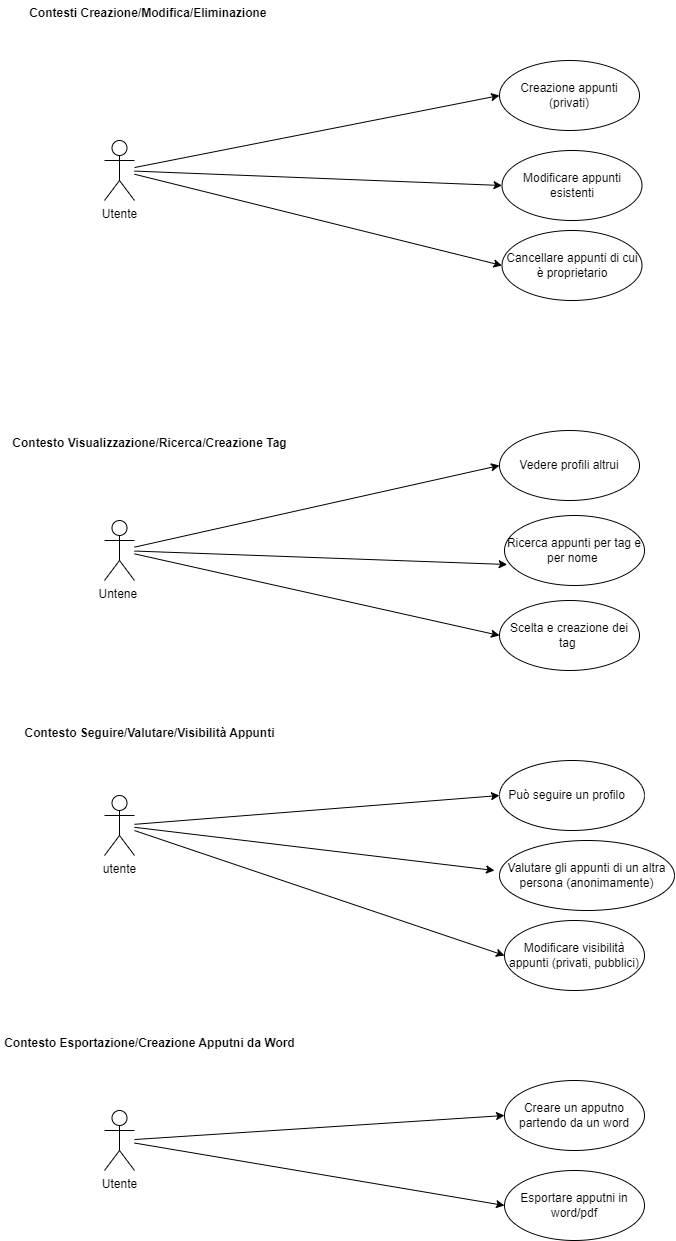
The draw.io diagram assets/schemas/SchemaCasiUso.drawio.png in AngeloRipamonti/5C_RipamontiAvvedutoKotisCinquetti_PortaleAppunti, before a commit. Source tidied: cells renumbered, new cells last; positions are measured from the earlier drawing's top-left corner, leaving out a move shared by most shapes.
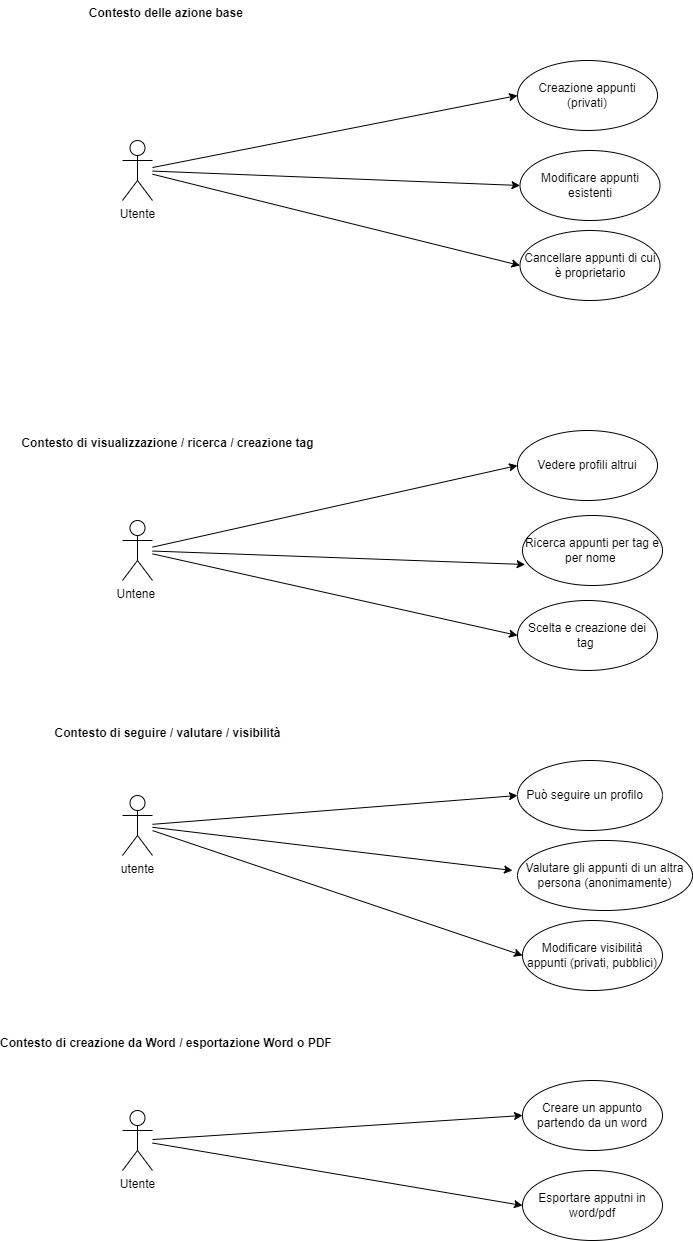
The same file after the commit.

Commit message:
inizial information architecture

Diff of the diagram source:
```diff
@@ -38,7 +38,7 @@
     <mxCell id="13" value="Vedere profili altrui" style="ellipse;whiteSpace=wrap;html=1;" parent="1" vertex="1">
       <mxGeometry x="500" y="430" width="140" height="70" as="geometry" />
     </mxCell>
-    <mxCell id="14" value="Creare un apputno partendo da un word" style="ellipse;whiteSpace=wrap;html=1;" parent="1" vertex="1">
+    <mxCell id="14" value="Creare un appunto partendo da un word" style="ellipse;whiteSpace=wrap;html=1;" parent="1" vertex="1">
       <mxGeometry x="505" y="1080" width="140" height="70" as="geometry" />
     </mxCell>
     <mxCell id="15" value="Esportare apputni in word/pdf" style="ellipse;whiteSpace=wrap;html=1;" parent="1" vertex="1">
@@ -76,16 +76,16 @@
     <mxCell id="25" value="&lt;div&gt;Utente&lt;/div&gt;" style="shape=umlActor;verticalLabelPosition=bottom;verticalAlign=top;html=1;" parent="1" vertex="1">
       <mxGeometry x="105" y="1110" width="30" height="60" as="geometry" />
     </mxCell>
-    <mxCell id="26" value="Contesti Creazione/Modifica/Eliminazione&amp;nbsp;" style="text;align=center;fontStyle=1;verticalAlign=middle;spacingLeft=3;spacingRight=3;strokeColor=none;html=1;" parent="1" vertex="1">
+    <mxCell id="26" value="Contesto delle azione base&amp;nbsp;" style="text;align=center;fontStyle=1;verticalAlign=middle;spacingLeft=3;spacingRight=3;strokeColor=none;html=1;" parent="1" vertex="1">
       <mxGeometry x="25" width="250" height="26" as="geometry" />
     </mxCell>
-    <mxCell id="27" value="Contesto Visualizzazione/Ricerca/Creazione Tag" style="text;align=center;fontStyle=1;verticalAlign=middle;spacingLeft=3;spacingRight=3;strokeColor=none;html=1;" parent="1" vertex="1">
+    <mxCell id="27" value="Contesto di visualizzazione / ricerca / creazione tag" style="text;align=center;fontStyle=1;verticalAlign=middle;spacingLeft=3;spacingRight=3;strokeColor=none;html=1;" parent="1" vertex="1">
       <mxGeometry x="7.5" y="430" width="285" height="26" as="geometry" />
     </mxCell>
-    <mxCell id="28" value="Contesto Seguire/Valutare/Visibilità Appunti" style="text;align=center;fontStyle=1;verticalAlign=middle;spacingLeft=3;spacingRight=3;strokeColor=none;html=1;" parent="1" vertex="1">
+    <mxCell id="28" value="Contesto di seguire / valutare / visibilità" style="text;align=center;fontStyle=1;verticalAlign=middle;spacingLeft=3;spacingRight=3;strokeColor=none;html=1;" parent="1" vertex="1">
       <mxGeometry x="25" y="720" width="250" height="26" as="geometry" />
     </mxCell>
-    <mxCell id="29" value="Contesto Esportazione/Creazione Apputni da Word" style="text;align=center;fontStyle=1;verticalAlign=middle;spacingLeft=3;spacingRight=3;strokeColor=none;html=1;" parent="1" vertex="1">
+    <mxCell id="29" value="Contesto di creazione da Word / esportazione Word o PDF&amp;nbsp;" style="text;align=center;fontStyle=1;verticalAlign=middle;spacingLeft=3;spacingRight=3;strokeColor=none;html=1;" parent="1" vertex="1">
       <mxGeometry y="1030" width="300" height="26" as="geometry" />
     </mxCell>
     <mxCell id="30" style="edgeStyle=none;html=1;entryX=0.019;entryY=0.7;entryDx=0;entryDy=0;entryPerimeter=0;" parent="1" edge="1" source="4" target="12">
```
